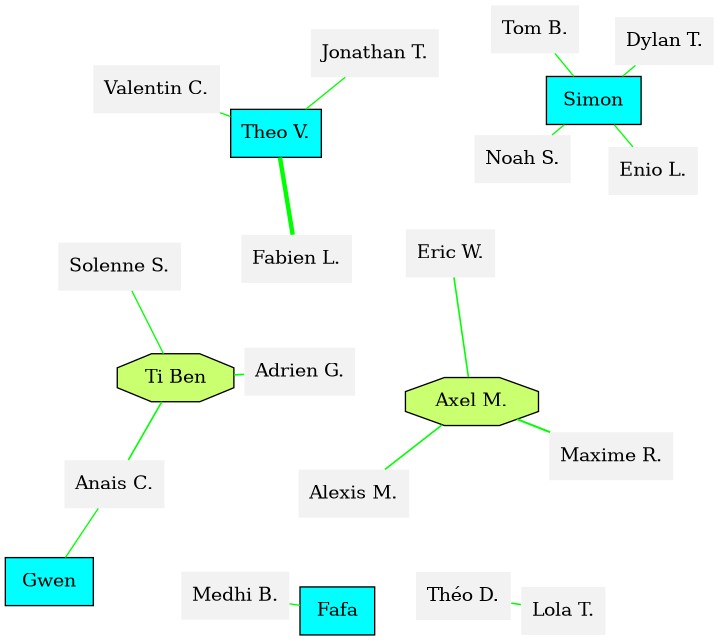
Before: jumpers_INITIATION.dot.png, a diagram exported from Graphviz (GuilhemRep/sauts). Its source is kept beside it as jumpers_INITIATION.dot.
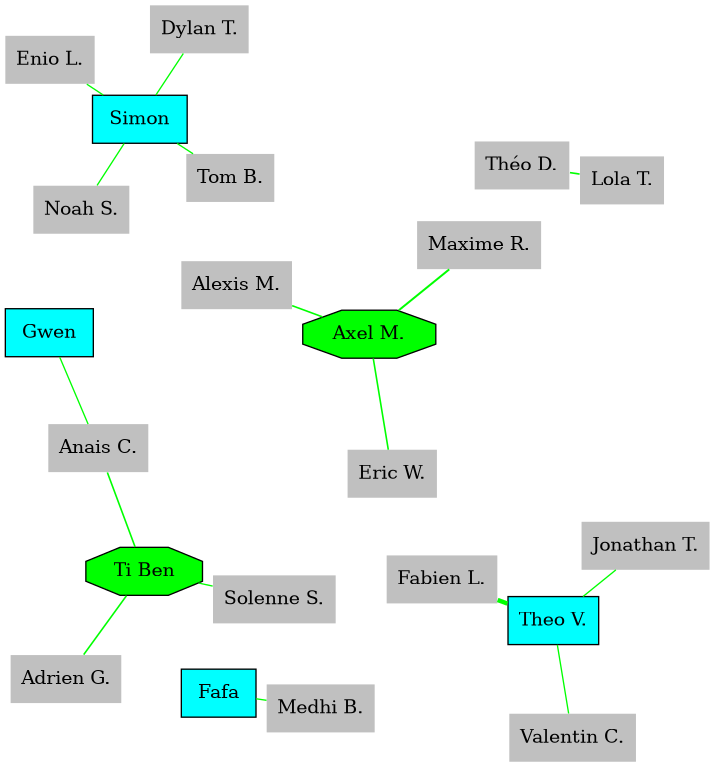
After the change.

The edit, as a diff of the source:
```diff
@@ -1,27 +1,27 @@
 graph Jumpers {
 	graph [overlap=false ratio=1 size="15,15" splines=true]
-	"Medhi B." [fillcolor=gray95 shape=none style=filled]
-	"Alexis M." [fillcolor=gray95 shape=none style=filled]
+	" Simon " [fillcolor=cyan shape=rectangle style=filled]
+	"Tom B." [fillcolor=gray shape=none style=filled]
+	" Fafa " [fillcolor=cyan shape=rectangle style=filled]
+	"Fabien L." [fillcolor=gray shape=none style=filled]
+	"Théo D." [fillcolor=gray shape=none style=filled]
+	"Lola T." [fillcolor=gray shape=none style=filled]
+	"Noah S." [fillcolor=gray shape=none style=filled]
+	"Jonathan T." [fillcolor=gray shape=none style=filled]
+	"Valentin C." [fillcolor=gray shape=none style=filled]
+	"Alexis M." [fillcolor=gray shape=none style=filled]
+	"Theo V." [fillcolor=cyan shape=rectangle style=filled]
+	"Maxime R." [fillcolor=gray shape=none style=filled]
+	"Ti Ben" [fillcolor=green shape=octagon style=filled]
+	"Solenne S." [fillcolor=gray shape=none style=filled]
+	"Enio L." [fillcolor=gray shape=none style=filled]
+	"Medhi B." [fillcolor=gray shape=none style=filled]
+	"Adrien G." [fillcolor=gray shape=none style=filled]
+	"Eric W." [fillcolor=gray shape=none style=filled]
 	" Gwen " [fillcolor=cyan shape=rectangle style=filled]
-	"Valentin C." [fillcolor=gray95 shape=none style=filled]
-	"Noah S." [fillcolor=gray95 shape=none style=filled]
-	"Maxime R." [fillcolor=gray95 shape=none style=filled]
-	"Ti Ben" [fillcolor=darkolivegreen1 shape=octagon style=filled]
-	"Enio L." [fillcolor=gray95 shape=none style=filled]
-	" Simon " [fillcolor=cyan shape=rectangle style=filled]
-	"Axel M." [fillcolor=darkolivegreen1 shape=octagon style=filled]
-	" Fafa " [fillcolor=cyan shape=rectangle style=filled]
-	"Anais C." [fillcolor=gray95 shape=none style=filled]
-	"Jonathan T." [fillcolor=gray95 shape=none style=filled]
-	"Eric W." [fillcolor=gray95 shape=none style=filled]
-	"Tom B." [fillcolor=gray95 shape=none style=filled]
-	"Fabien L." [fillcolor=gray95 shape=none style=filled]
-	"Dylan T." [fillcolor=gray95 shape=none style=filled]
-	"Théo D." [fillcolor=gray95 shape=none style=filled]
-	"Theo V." [fillcolor=cyan shape=rectangle style=filled]
-	"Lola T." [fillcolor=gray95 shape=none style=filled]
-	"Solenne S." [fillcolor=gray95 shape=none style=filled]
-	"Adrien G." [fillcolor=gray95 shape=none style=filled]
+	"Axel M." [fillcolor=green shape=octagon style=filled]
+	"Dylan T." [fillcolor=gray shape=none style=filled]
+	"Anais C." [fillcolor=gray shape=none style=filled]
 	"Fabien L." -- "Theo V." [color=green len=1.5 penwidth=3.3284271247461903]
 	"Axel M." -- "Maxime R." [color=green len=1.5 penwidth=1.5]
 	" Simon " -- "Noah S." [color=green len=1.5 penwidth=1.0]
```
